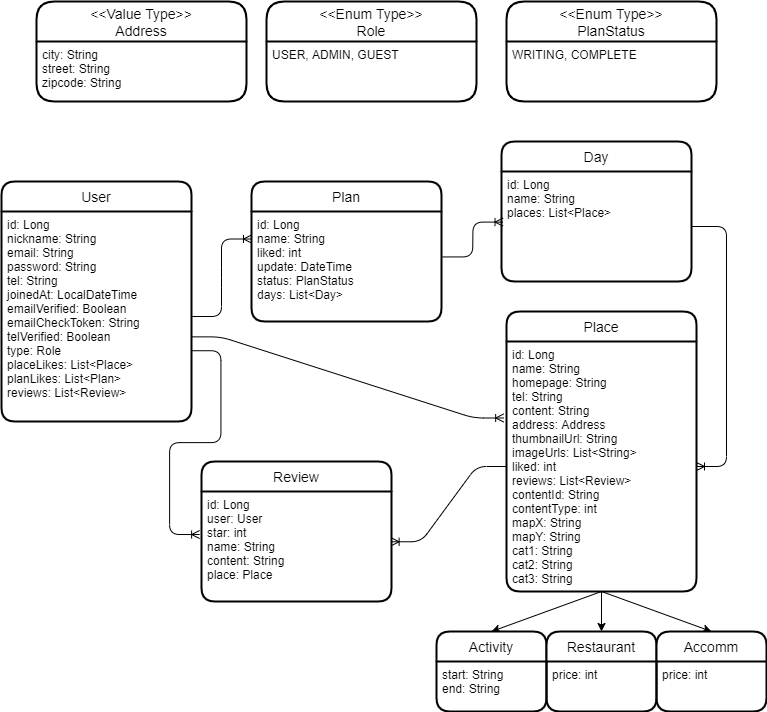
The draw.io diagram Triplus_ERD.png in dooyeong20/special-trip, before a commit. Source tidied: cells renumbered, new cells last; positions are measured from the earlier drawing's top-left corner, leaving out a move shared by most shapes.
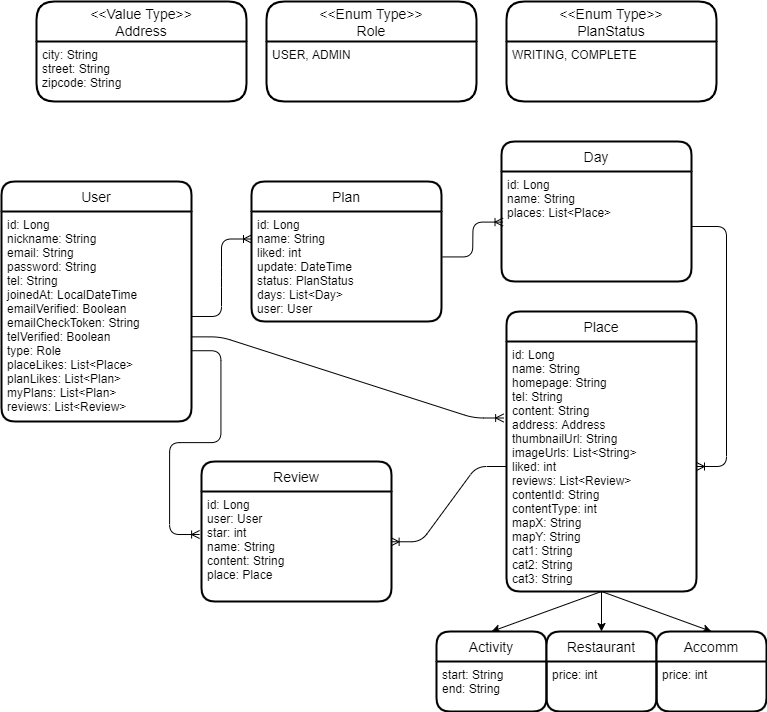
The same file after the commit.

Diff of the diagram source:
```diff
@@ -5,19 +5,19 @@
     <mxCell id="2" value="User" style="swimlane;horizontal=1;startSize=30;rounded=1;fontSize=14;fontStyle=0;strokeWidth=2;shadow=0;dashed=0;align=center;" parent="1" vertex="1">
       <mxGeometry y="180" width="190" height="240" as="geometry" />
     </mxCell>
-    <mxCell id="3" value="id: Long&#10;nickname: String&#10;email: String&#10;password: String&#10;tel: String&#10;joinedAt: LocalDateTime&#10;emailVerified: Boolean&#10;emailCheckToken: String&#10;telVerified: Boolean&#10;type: Role&#10;placeLikes: List&lt;Place&gt;&#10;planLikes: List&lt;Plan&gt;&#10;reviews: List&lt;Review&gt;" style="align=left;strokeColor=none;fillColor=none;spacingLeft=4;fontSize=12;verticalAlign=top;" parent="2" vertex="1">
+    <mxCell id="3" value="id: Long&#10;nickname: String&#10;email: String&#10;password: String&#10;tel: String&#10;joinedAt: LocalDateTime&#10;emailVerified: Boolean&#10;emailCheckToken: String&#10;telVerified: Boolean&#10;type: Role&#10;placeLikes: List&lt;Place&gt;&#10;planLikes: List&lt;Plan&gt;&#10;myPlans: List&lt;Plan&gt;&#10;reviews: List&lt;Review&gt;" style="align=left;strokeColor=none;fillColor=none;spacingLeft=4;fontSize=12;verticalAlign=top;" parent="2" vertex="1">
       <mxGeometry y="30" width="190" height="210" as="geometry" />
     </mxCell>
     <mxCell id="4" value="&lt;&lt;Enum Type&gt;&gt;&#10;Role" style="swimlane;horizontal=1;startSize=40;rounded=1;fontSize=14;fontStyle=0;strokeWidth=2;shadow=0;dashed=0;align=center;" parent="1" vertex="1">
       <mxGeometry x="265" width="210" height="100" as="geometry" />
     </mxCell>
-    <mxCell id="5" value="USER, ADMIN, GUEST" style="align=left;strokeColor=none;fillColor=none;spacingLeft=4;fontSize=12;verticalAlign=top;" parent="4" vertex="1">
+    <mxCell id="5" value="USER, ADMIN" style="align=left;strokeColor=none;fillColor=none;spacingLeft=4;fontSize=12;verticalAlign=top;" parent="4" vertex="1">
       <mxGeometry y="40" width="210" height="60" as="geometry" />
     </mxCell>
     <mxCell id="6" value="Plan" style="swimlane;horizontal=1;startSize=30;rounded=1;fontSize=14;fontStyle=0;strokeWidth=2;shadow=0;dashed=0;align=center;" parent="1" vertex="1">
       <mxGeometry x="250" y="180" width="190" height="140" as="geometry" />
     </mxCell>
-    <mxCell id="7" value="id: Long&#10;name: String&#10;liked: int&#10;update: DateTime&#10;status: PlanStatus&#10;days: List&lt;Day&gt;" style="align=left;strokeColor=none;fillColor=none;spacingLeft=4;fontSize=12;verticalAlign=top;" parent="6" vertex="1">
+    <mxCell id="7" value="id: Long&#10;name: String&#10;liked: int&#10;update: DateTime&#10;status: PlanStatus&#10;days: List&lt;Day&gt;&#10;user: User" style="align=left;strokeColor=none;fillColor=none;spacingLeft=4;fontSize=12;verticalAlign=top;" parent="6" vertex="1">
       <mxGeometry y="30" width="190" height="110" as="geometry" />
     </mxCell>
     <mxCell id="8" value="Place" style="swimlane;horizontal=1;startSize=30;rounded=1;fontSize=14;fontStyle=0;strokeWidth=2;shadow=0;dashed=0;align=center;" parent="1" vertex="1">
```
